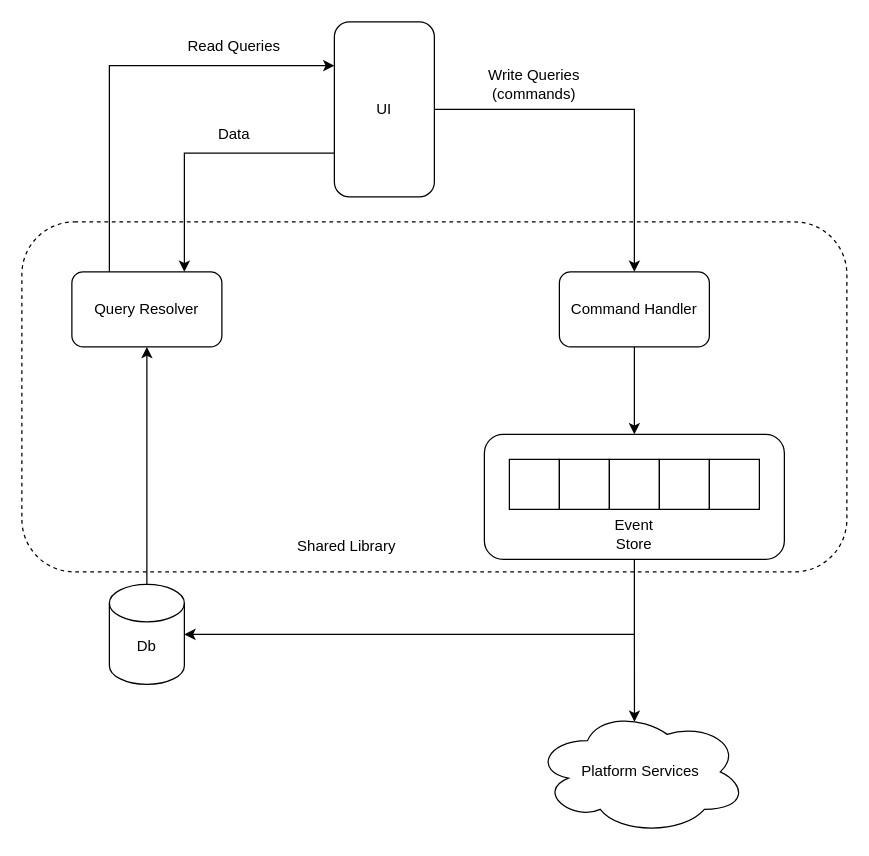
This is fpa-cqrs.drawio from jayanthkmr/architecture-diagrams, a draw.io file, before an edit. Source tidied: cells renumbered, new cells numbered last; positions are measured from the earlier drawing's top-left corner, leaving out a move shared by most shapes. Both pictures are drawn from the tidied source at 125%, with x=0, y=0 at pixel (21, 21).
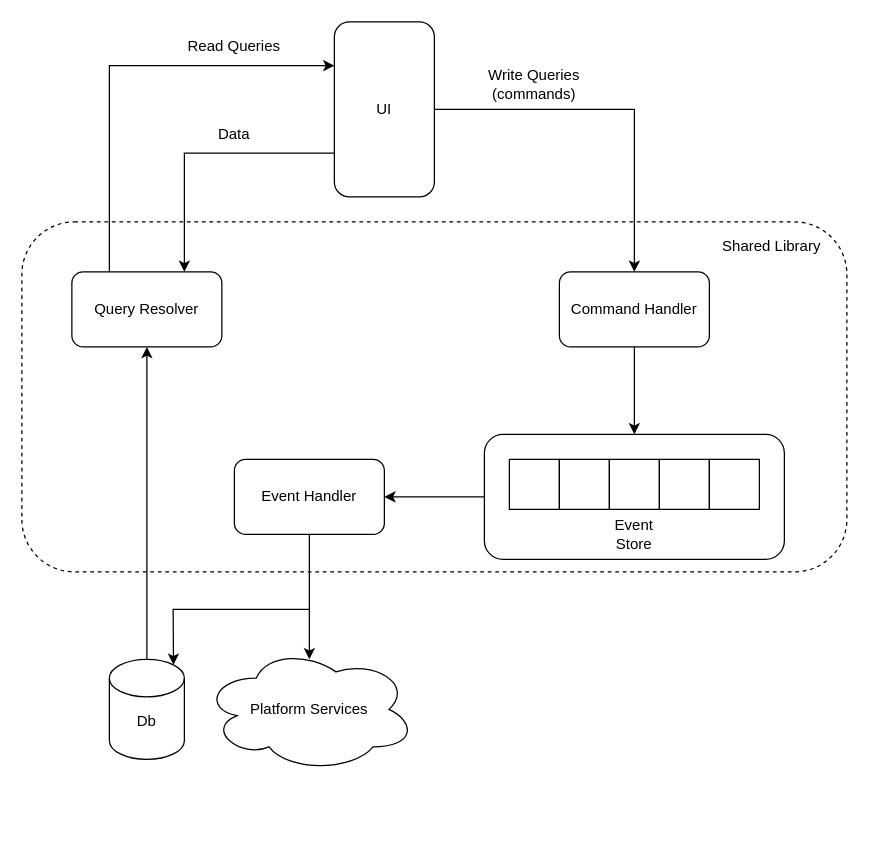
The same page after the edit.

The change refers to these unchanged cells:
```xml
<mxCell id="10" style="rounded=1;whiteSpace=wrap;html=1;" parent="1" vertex="1">
  <mxGeometry x="370" y="330" width="240" height="100" as="geometry" />
</mxCell>
```

What changed in the source:
```diff
@@
-    <mxCell id="9" style="edgeStyle=orthogonalEdgeStyle;rounded=0;jettySize=auto;html=1;entryX=0.471;entryY=0.1;entryDx=0;entryDy=0;entryPerimeter=0;" parent="1" edge="1" source="10" target="19">
-      <mxGeometry relative="1" as="geometry" />
-    </mxCell>
+    <mxCell id="28" style="edgeStyle=orthogonalEdgeStyle;rounded=0;jettySize=auto;html=1;exitX=0;exitY=0.5;exitDx=0;exitDy=0;" parent="1" edge="1" source="10" target="30">
+      <mxGeometry relative="1" as="geometry" />
+    </mxCell>
@@
     <mxCell id="18" style="shape=cylinder3;whiteSpace=wrap;html=1;boundedLbl=1;backgroundOutline=1;size=15;" parent="1" vertex="1">
-      <mxGeometry x="70" y="450" width="60" height="80" as="geometry" />
+      <mxGeometry x="70" y="510" width="60" height="80" as="geometry" />
     </mxCell>
     <mxCell id="19" value="Platform Services" style="ellipse;shape=cloud;whiteSpace=wrap;html=1;" parent="1" vertex="1">
-      <mxGeometry x="410" y="550" width="170" height="100" as="geometry" />
+      <mxGeometry x="145" y="500" width="170" height="100" as="geometry" />
     </mxCell>
@@
     <mxCell id="21" value="Db" style="text;html=1;strokeColor=none;fillColor=none;align=center;verticalAlign=middle;whiteSpace=wrap;rounded=0;" parent="1" vertex="1">
-      <mxGeometry x="80" y="490" width="40" height="20" as="geometry" />
+      <mxGeometry x="80" y="550" width="40" height="20" as="geometry" />
     </mxCell>
@@
-    <mxCell id="23" style="endArrow=classic;html=1;entryX=1;entryY=0.5;entryDx=0;entryDy=0;entryPerimeter=0;" parent="1" edge="1" target="18">
-      <mxGeometry relative="1" as="geometry">
-        <mxPoint x="490" y="490" as="sourcePoint" />
-      </mxGeometry>
-    </mxCell>
@@
     <mxCell id="27" value="Shared Library" style="text;html=1;strokeColor=none;fillColor=none;align=center;verticalAlign=middle;whiteSpace=wrap;rounded=0;dashed=1;" parent="1" vertex="1">
-      <mxGeometry x="210" y="410" width="100" height="20" as="geometry" />
+      <mxGeometry x="550" y="170" width="100" height="20" as="geometry" />
     </mxCell>
+    <mxCell id="29" style="edgeStyle=orthogonalEdgeStyle;rounded=0;jettySize=auto;html=1;exitX=0.5;exitY=1;exitDx=0;exitDy=0;entryX=0.5;entryY=0.1;entryDx=0;entryDy=0;entryPerimeter=0;" parent="1" edge="1" source="30" target="19">
+      <mxGeometry relative="1" as="geometry" />
+    </mxCell>
+    <mxCell id="30" value="Event Handler" style="rounded=1;whiteSpace=wrap;html=1;" parent="1" vertex="1">
+      <mxGeometry x="170" y="350" width="120" height="60" as="geometry" />
+    </mxCell>
+    <mxCell id="31" style="endArrow=classic;html=1;entryX=0.855;entryY=0;entryDx=0;entryDy=4.35;entryPerimeter=0;rounded=0;" parent="1" edge="1" target="18">
+      <mxGeometry relative="1" as="geometry">
+        <mxPoint x="230" y="470" as="sourcePoint" />
+        <Array as="points">
+          <mxPoint x="121" y="470" />
+        </Array>
+      </mxGeometry>
+    </mxCell>
```
